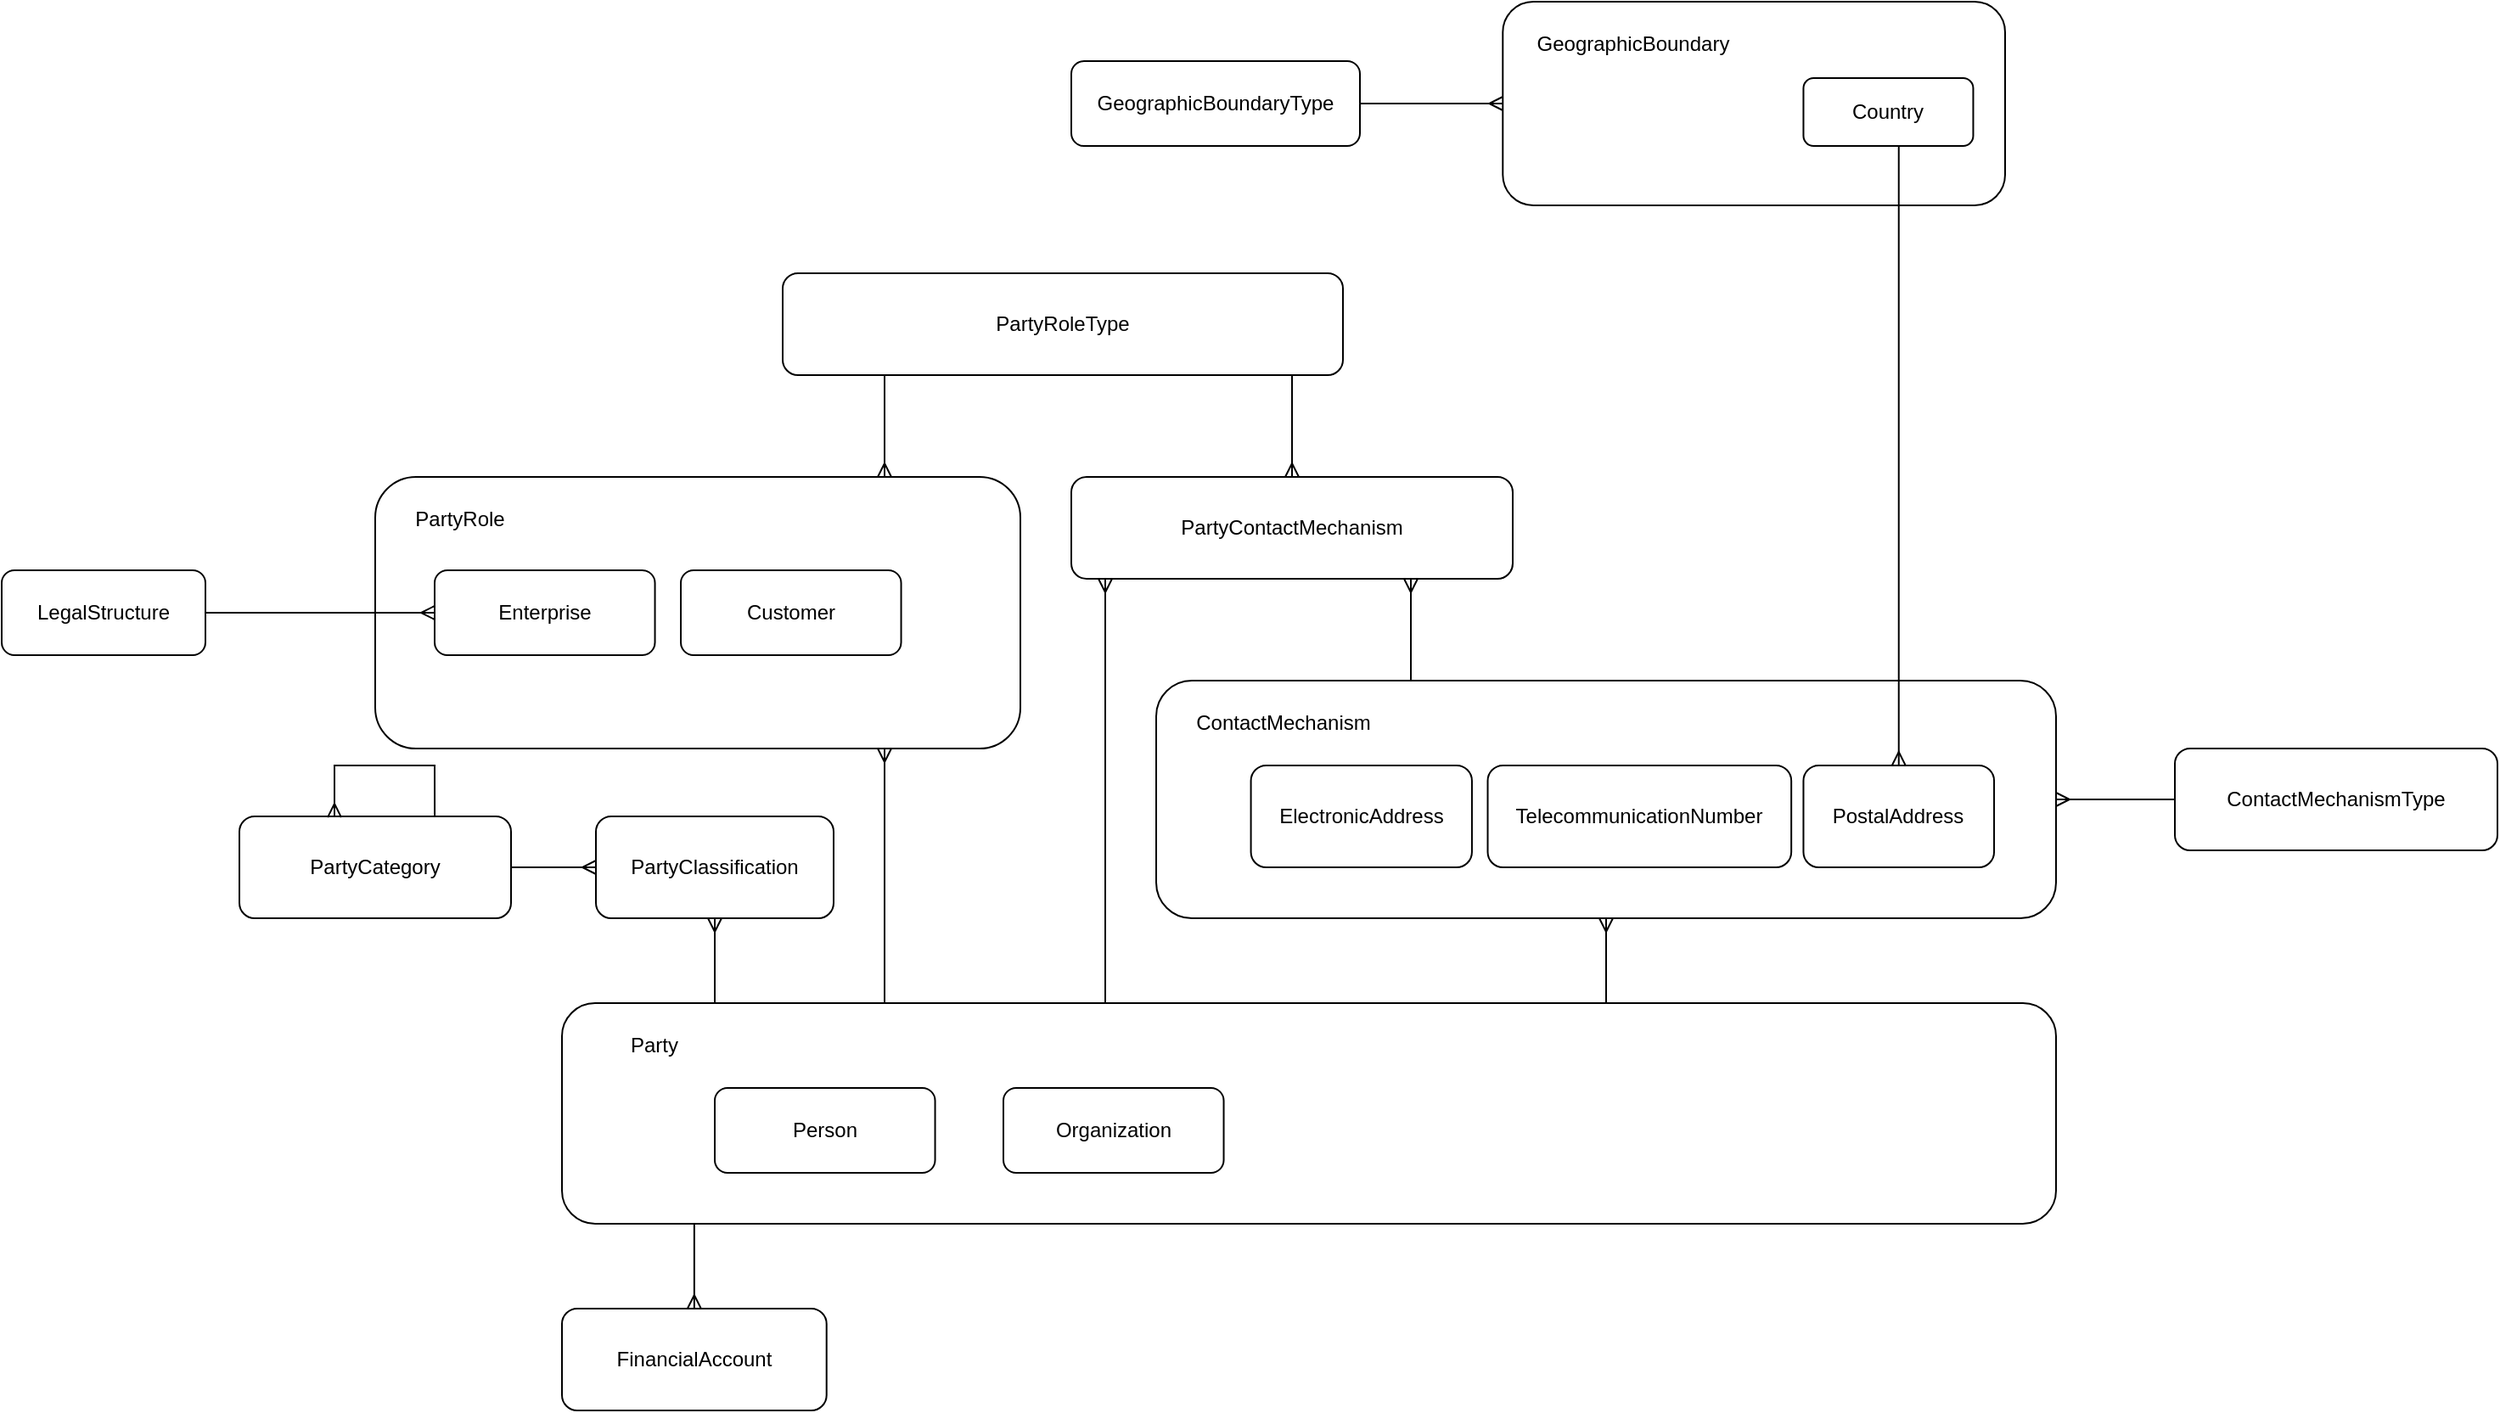
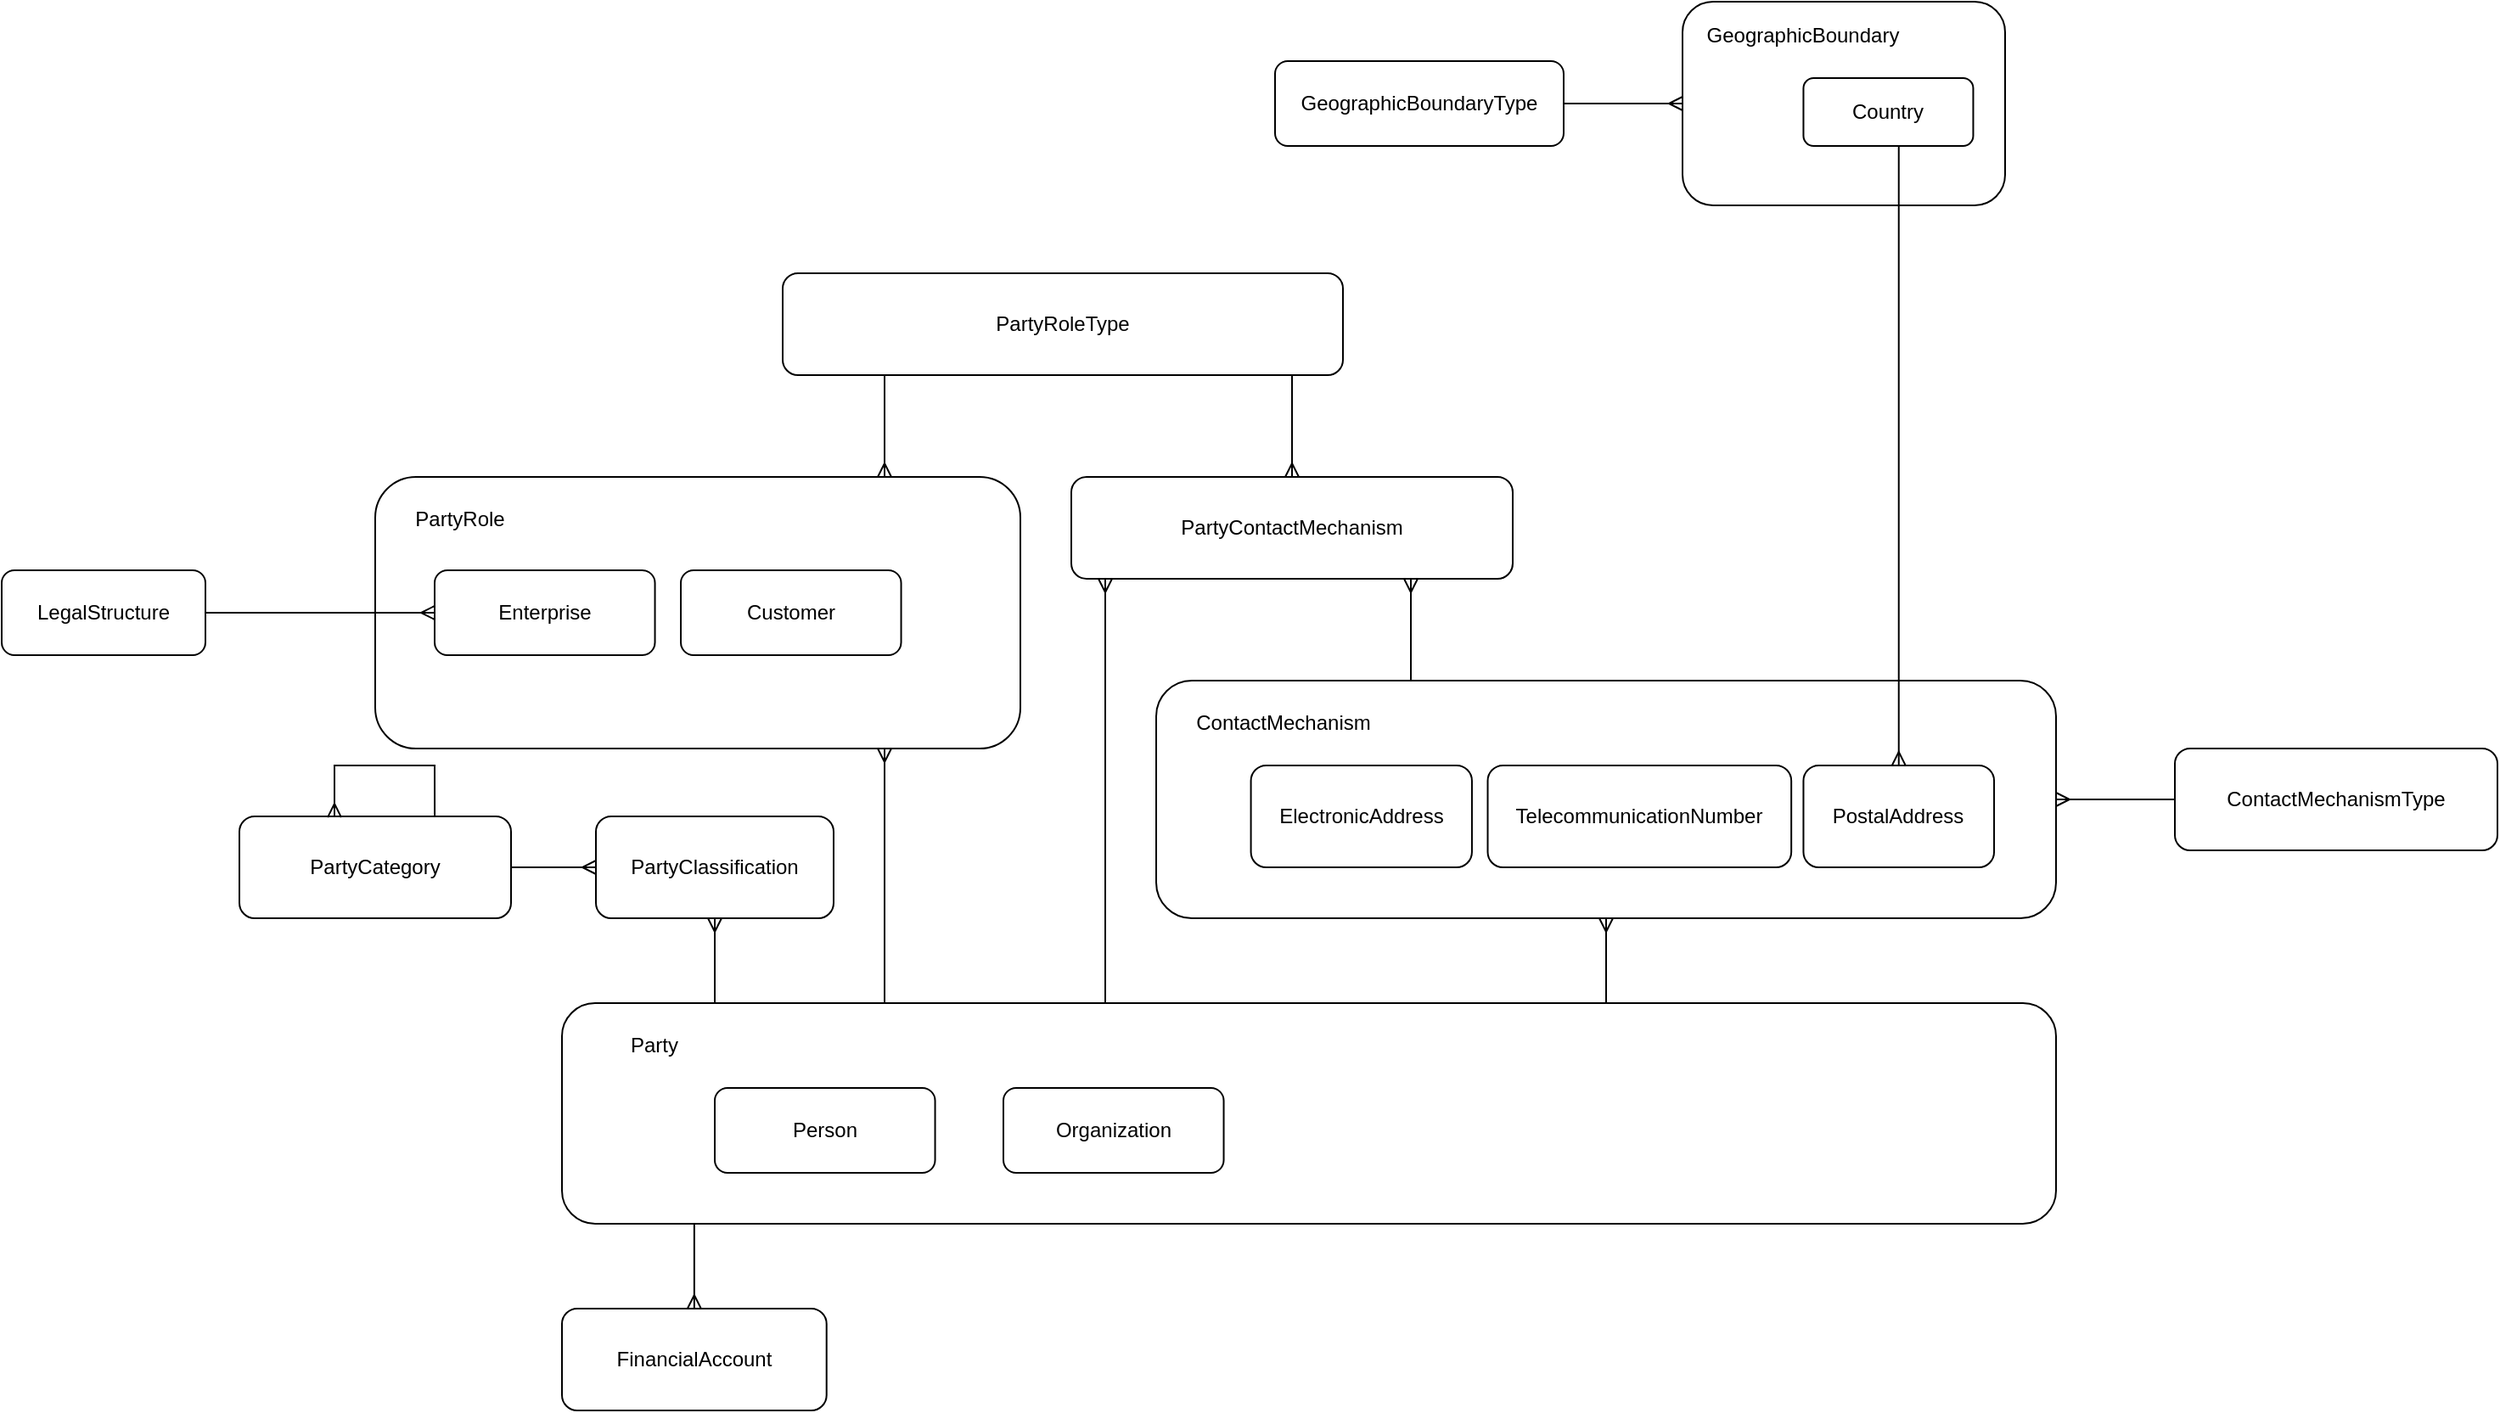
<mxfile host="app.diagrams.net" agent="Mozilla/5.0 (Windows NT 10.0; Win64; x64) AppleWebKit/537.36 (KHTML, like Gecko) Chrome/141.0.0.0 Safari/537.36" version="28.2.9">
  <diagram name="Page-1" id="d0nJ6Fx9cUZLMqGtfM0H">
    <mxGraphModel dx="1947" dy="1755" grid="1" gridSize="10" guides="1" tooltips="1" connect="1" arrows="1" fold="1" page="1" pageScale="1" pageWidth="850" pageHeight="1100" math="0" shadow="0">
      <root>
        <mxCell id="0" />
        <mxCell id="1" parent="0" />
        <mxCell id="tdPrWEJd15tEannaNgth-4" style="edgeStyle=orthogonalEdgeStyle;rounded=0;orthogonalLoop=1;jettySize=auto;html=1;startArrow=ERmany;startFill=0;endArrow=none;endFill=0;" edge="1" parent="1" source="tdPrWEJd15tEannaNgth-2" target="tdPrWEJd15tEannaNgth-3">
          <mxGeometry relative="1" as="geometry" />
        </mxCell>
        <mxCell id="tdPrWEJd15tEannaNgth-3" value="ContactMechanismType" style="rounded=1;whiteSpace=wrap;html=1;" vertex="1" parent="1">
          <mxGeometry x="600" y="260" width="190" height="60" as="geometry" />
        </mxCell>
        <mxCell id="tdPrWEJd15tEannaNgth-13" value="PartyRoleType" style="rounded=1;whiteSpace=wrap;html=1;" vertex="1" parent="1">
          <mxGeometry x="-220" y="-20" width="330" height="60" as="geometry" />
        </mxCell>
        <mxCell id="tdPrWEJd15tEannaNgth-14" style="edgeStyle=orthogonalEdgeStyle;rounded=0;orthogonalLoop=1;jettySize=auto;html=1;startArrow=ERmany;startFill=0;endArrow=none;endFill=0;" edge="1" parent="1" source="tdPrWEJd15tEannaNgth-15" target="tdPrWEJd15tEannaNgth-13">
          <mxGeometry relative="1" as="geometry">
            <mxPoint x="730" y="430" as="sourcePoint" />
            <mxPoint x="730" y="350" as="targetPoint" />
            <Array as="points">
              <mxPoint x="50" y="30" />
              <mxPoint x="50" y="30" />
            </Array>
          </mxGeometry>
        </mxCell>
        <mxCell id="tdPrWEJd15tEannaNgth-15" value="PartyContactMechanism" style="rounded=1;whiteSpace=wrap;html=1;" vertex="1" parent="1">
          <mxGeometry x="-50" y="100" width="260" height="60" as="geometry" />
        </mxCell>
        <mxCell id="tdPrWEJd15tEannaNgth-18" style="edgeStyle=orthogonalEdgeStyle;rounded=0;orthogonalLoop=1;jettySize=auto;html=1;startArrow=ERmany;startFill=0;endArrow=none;endFill=0;" edge="1" parent="1" source="tdPrWEJd15tEannaNgth-15">
          <mxGeometry relative="1" as="geometry">
            <mxPoint x="-30.00117647058829" y="130" as="sourcePoint" />
            <mxPoint x="-30.00117647058829" y="410" as="targetPoint" />
            <Array as="points">
              <mxPoint x="-30" y="210" />
              <mxPoint x="-30" y="210" />
            </Array>
          </mxGeometry>
        </mxCell>
        <mxCell id="tdPrWEJd15tEannaNgth-19" value="" style="group" vertex="1" connectable="0" parent="1">
          <mxGeometry y="220" width="530" height="140" as="geometry" />
        </mxCell>
        <mxCell id="tdPrWEJd15tEannaNgth-2" value="" style="rounded=1;whiteSpace=wrap;html=1;" vertex="1" parent="tdPrWEJd15tEannaNgth-19">
          <mxGeometry width="530" height="140" as="geometry" />
        </mxCell>
        <mxCell id="tdPrWEJd15tEannaNgth-5" value="ElectronicAddress" style="rounded=1;whiteSpace=wrap;html=1;" vertex="1" parent="tdPrWEJd15tEannaNgth-19">
          <mxGeometry x="55.78947368421052" y="50" width="130.17543859649123" height="60" as="geometry" />
        </mxCell>
        <mxCell id="tdPrWEJd15tEannaNgth-6" value="TelecommunicationNumber" style="rounded=1;whiteSpace=wrap;html=1;" vertex="1" parent="tdPrWEJd15tEannaNgth-19">
          <mxGeometry x="195.26315789473682" y="50" width="178.81456140350878" height="60" as="geometry" />
        </mxCell>
        <mxCell id="tdPrWEJd15tEannaNgth-7" value="ContactMechanism" style="text;html=1;whiteSpace=wrap;strokeColor=none;fillColor=none;align=center;verticalAlign=middle;rounded=0;" vertex="1" parent="tdPrWEJd15tEannaNgth-19">
          <mxGeometry x="27.896882591093107" y="10" width="94.41295546558705" height="30" as="geometry" />
        </mxCell>
        <mxCell id="tdPrWEJd15tEannaNgth-8" value="PostalAddress" style="rounded=1;whiteSpace=wrap;html=1;" vertex="1" parent="tdPrWEJd15tEannaNgth-19">
          <mxGeometry x="381.2280701754386" y="50" width="112.29491228070175" height="60" as="geometry" />
        </mxCell>
        <mxCell id="tdPrWEJd15tEannaNgth-20" style="edgeStyle=orthogonalEdgeStyle;rounded=0;orthogonalLoop=1;jettySize=auto;html=1;startArrow=ERmany;startFill=0;endArrow=none;endFill=0;" edge="1" parent="1" source="tdPrWEJd15tEannaNgth-15" target="tdPrWEJd15tEannaNgth-2">
          <mxGeometry relative="1" as="geometry">
            <mxPoint x="370" y="130" as="sourcePoint" />
            <mxPoint x="370" y="440" as="targetPoint" />
            <Array as="points">
              <mxPoint x="150" y="170" />
              <mxPoint x="150" y="170" />
            </Array>
          </mxGeometry>
        </mxCell>
        <mxCell id="tdPrWEJd15tEannaNgth-21" style="edgeStyle=orthogonalEdgeStyle;rounded=0;orthogonalLoop=1;jettySize=auto;html=1;startArrow=ERmany;startFill=0;endArrow=none;endFill=0;" edge="1" parent="1" source="tdPrWEJd15tEannaNgth-2" target="tdPrWEJd15tEannaNgth-1">
          <mxGeometry relative="1" as="geometry">
            <mxPoint x="240" y="400" as="sourcePoint" />
            <mxPoint x="240" y="470" as="targetPoint" />
            <Array as="points">
              <mxPoint x="305" y="420" />
              <mxPoint x="305" y="420" />
            </Array>
          </mxGeometry>
        </mxCell>
        <mxCell id="tdPrWEJd15tEannaNgth-22" value="LegalStructure" style="rounded=1;whiteSpace=wrap;html=1;" vertex="1" parent="1">
          <mxGeometry x="-680" y="155" width="120" height="50" as="geometry" />
        </mxCell>
        <mxCell id="tdPrWEJd15tEannaNgth-27" value="PartyClassification" style="rounded=1;whiteSpace=wrap;html=1;" vertex="1" parent="1">
          <mxGeometry x="-330" y="300" width="140" height="60" as="geometry" />
        </mxCell>
        <mxCell id="tdPrWEJd15tEannaNgth-28" value="PartyCategory" style="rounded=1;whiteSpace=wrap;html=1;" vertex="1" parent="1">
          <mxGeometry x="-540" y="300" width="160" height="60" as="geometry" />
        </mxCell>
        <mxCell id="tdPrWEJd15tEannaNgth-31" style="edgeStyle=orthogonalEdgeStyle;rounded=0;orthogonalLoop=1;jettySize=auto;html=1;startArrow=ERmany;startFill=0;endArrow=none;endFill=0;" edge="1" parent="1" source="tdPrWEJd15tEannaNgth-27" target="tdPrWEJd15tEannaNgth-1">
          <mxGeometry relative="1" as="geometry">
            <mxPoint x="-260" y="180" as="sourcePoint" />
            <mxPoint x="-260" y="250" as="targetPoint" />
            <Array as="points">
              <mxPoint x="-260" y="370" />
              <mxPoint x="-260" y="370" />
            </Array>
          </mxGeometry>
        </mxCell>
        <mxCell id="tdPrWEJd15tEannaNgth-32" style="edgeStyle=orthogonalEdgeStyle;rounded=0;orthogonalLoop=1;jettySize=auto;html=1;startArrow=ERmany;startFill=0;endArrow=none;endFill=0;" edge="1" parent="1" source="tdPrWEJd15tEannaNgth-27" target="tdPrWEJd15tEannaNgth-28">
          <mxGeometry relative="1" as="geometry">
            <mxPoint x="-230" y="210" as="sourcePoint" />
            <mxPoint x="-230" y="280" as="targetPoint" />
            <Array as="points" />
          </mxGeometry>
        </mxCell>
        <mxCell id="tdPrWEJd15tEannaNgth-33" style="edgeStyle=orthogonalEdgeStyle;rounded=0;orthogonalLoop=1;jettySize=auto;html=1;startArrow=ERmany;startFill=0;endArrow=none;endFill=0;exitX=0.35;exitY=0.009;exitDx=0;exitDy=0;exitPerimeter=0;entryX=0.719;entryY=0;entryDx=0;entryDy=0;entryPerimeter=0;" edge="1" parent="1" source="tdPrWEJd15tEannaNgth-28" target="tdPrWEJd15tEannaNgth-28">
          <mxGeometry relative="1" as="geometry">
            <mxPoint x="-485" y="290" as="sourcePoint" />
            <mxPoint x="-425" y="290" as="targetPoint" />
            <Array as="points">
              <mxPoint x="-484" y="270" />
              <mxPoint x="-425" y="270" />
            </Array>
          </mxGeometry>
        </mxCell>
        <mxCell id="tdPrWEJd15tEannaNgth-35" value="" style="rounded=1;whiteSpace=wrap;html=1;" vertex="1" parent="1">
          <mxGeometry x="-460" y="100" width="380" height="160" as="geometry" />
        </mxCell>
        <mxCell id="tdPrWEJd15tEannaNgth-37" style="edgeStyle=orthogonalEdgeStyle;rounded=0;orthogonalLoop=1;jettySize=auto;html=1;startArrow=ERmany;startFill=0;endArrow=none;endFill=0;" edge="1" parent="1" source="tdPrWEJd15tEannaNgth-35">
          <mxGeometry relative="1" as="geometry">
            <mxPoint x="-160" y="260.0000000000002" as="sourcePoint" />
            <mxPoint x="-160" y="410" as="targetPoint" />
            <Array as="points">
              <mxPoint x="-160" y="260" />
            </Array>
          </mxGeometry>
        </mxCell>
        <mxCell id="tdPrWEJd15tEannaNgth-38" style="edgeStyle=orthogonalEdgeStyle;rounded=0;orthogonalLoop=1;jettySize=auto;html=1;startArrow=ERmany;startFill=0;endArrow=none;endFill=0;" edge="1" parent="1" source="tdPrWEJd15tEannaNgth-35" target="tdPrWEJd15tEannaNgth-13">
          <mxGeometry relative="1" as="geometry">
            <mxPoint x="-150" y="170" as="sourcePoint" />
            <mxPoint x="-150" y="20" as="targetPoint" />
            <Array as="points">
              <mxPoint x="-160" y="60" />
              <mxPoint x="-160" y="60" />
            </Array>
          </mxGeometry>
        </mxCell>
        <mxCell id="tdPrWEJd15tEannaNgth-1" value="" style="rounded=1;whiteSpace=wrap;html=1;" vertex="1" parent="1">
          <mxGeometry x="-350" y="410" width="880" height="130" as="geometry" />
        </mxCell>
        <mxCell id="tdPrWEJd15tEannaNgth-9" value="Party" style="text;html=1;whiteSpace=wrap;strokeColor=none;fillColor=none;align=center;verticalAlign=middle;rounded=0;" vertex="1" parent="1">
          <mxGeometry x="-336.46153846153845" y="420" width="81.23076923076923" height="30" as="geometry" />
        </mxCell>
        <mxCell id="tdPrWEJd15tEannaNgth-17" value="Enterprise" style="rounded=1;whiteSpace=wrap;html=1;" vertex="1" parent="1">
          <mxGeometry x="-424.99999999999994" y="155" width="129.77" height="50" as="geometry" />
        </mxCell>
        <mxCell id="tdPrWEJd15tEannaNgth-40" value="PartyRole" style="text;html=1;whiteSpace=wrap;strokeColor=none;fillColor=none;align=center;verticalAlign=middle;rounded=0;" vertex="1" parent="1">
          <mxGeometry x="-440" y="110" width="60" height="30" as="geometry" />
        </mxCell>
        <mxCell id="tdPrWEJd15tEannaNgth-42" style="edgeStyle=orthogonalEdgeStyle;rounded=0;orthogonalLoop=1;jettySize=auto;html=1;startArrow=ERmany;startFill=0;endArrow=none;endFill=0;" edge="1" parent="1" source="tdPrWEJd15tEannaNgth-17" target="tdPrWEJd15tEannaNgth-22">
          <mxGeometry relative="1" as="geometry">
            <mxPoint x="-90" y="320" as="sourcePoint" />
            <mxPoint x="-90" y="480" as="targetPoint" />
            <Array as="points" />
          </mxGeometry>
        </mxCell>
        <mxCell id="tdPrWEJd15tEannaNgth-43" value="Customer" style="rounded=1;whiteSpace=wrap;html=1;" vertex="1" parent="1">
          <mxGeometry x="-280" y="155" width="129.77" height="50" as="geometry" />
        </mxCell>
        <mxCell id="tdPrWEJd15tEannaNgth-44" value="Person" style="rounded=1;whiteSpace=wrap;html=1;" vertex="1" parent="1">
          <mxGeometry x="-260" y="460" width="129.77" height="50" as="geometry" />
        </mxCell>
        <mxCell id="tdPrWEJd15tEannaNgth-45" value="Organization" style="rounded=1;whiteSpace=wrap;html=1;" vertex="1" parent="1">
          <mxGeometry x="-90" y="460" width="129.77" height="50" as="geometry" />
        </mxCell>
        <mxCell id="tdPrWEJd15tEannaNgth-46" value="FinancialAccount" style="rounded=1;whiteSpace=wrap;html=1;" vertex="1" parent="1">
          <mxGeometry x="-350" y="590" width="155.85" height="60" as="geometry" />
        </mxCell>
        <mxCell id="tdPrWEJd15tEannaNgth-47" style="edgeStyle=orthogonalEdgeStyle;rounded=0;orthogonalLoop=1;jettySize=auto;html=1;startArrow=ERmany;startFill=0;endArrow=none;endFill=0;" edge="1" parent="1" source="tdPrWEJd15tEannaNgth-46" target="tdPrWEJd15tEannaNgth-1">
          <mxGeometry relative="1" as="geometry">
            <mxPoint x="-80" y="670" as="sourcePoint" />
            <mxPoint x="-80" y="730" as="targetPoint" />
            <Array as="points">
              <mxPoint x="-278" y="610" />
              <mxPoint x="-278" y="610" />
            </Array>
          </mxGeometry>
        </mxCell>
        <mxCell id="tdPrWEJd15tEannaNgth-48" value="" style="rounded=1;whiteSpace=wrap;html=1;" vertex="1" parent="1">
-           <mxGeometry x="204.14999999999998" y="-180" width="295.85" height="120" as="geometry" />
+           <mxGeometry x="310" y="-180" width="190" height="120" as="geometry" />
        </mxCell>
        <mxCell id="tdPrWEJd15tEannaNgth-49" value="GeographicBoundary" style="text;html=1;whiteSpace=wrap;strokeColor=none;fillColor=none;align=center;verticalAlign=middle;rounded=0;" vertex="1" parent="1">
-           <mxGeometry x="210" y="-170" width="142.07" height="30" as="geometry" />
+           <mxGeometry x="310" y="-175" width="142.07" height="30" as="geometry" />
        </mxCell>
        <mxCell id="tdPrWEJd15tEannaNgth-50" value="GeographicBoundaryType" style="rounded=1;whiteSpace=wrap;html=1;" vertex="1" parent="1">
-           <mxGeometry x="-50" y="-145" width="170" height="50" as="geometry" />
+           <mxGeometry x="70" y="-145" width="170" height="50" as="geometry" />
        </mxCell>
        <mxCell id="tdPrWEJd15tEannaNgth-51" value="Country" style="rounded=1;whiteSpace=wrap;html=1;" vertex="1" parent="1">
          <mxGeometry x="381.23" y="-135" width="100" height="40" as="geometry" />
        </mxCell>
        <mxCell id="tdPrWEJd15tEannaNgth-52" style="edgeStyle=orthogonalEdgeStyle;rounded=0;orthogonalLoop=1;jettySize=auto;html=1;startArrow=ERmany;startFill=0;endArrow=none;endFill=0;" edge="1" parent="1" source="tdPrWEJd15tEannaNgth-48" target="tdPrWEJd15tEannaNgth-50">
          <mxGeometry relative="1" as="geometry">
            <mxPoint x="120" y="60" as="sourcePoint" />
            <mxPoint x="120" as="targetPoint" />
            <Array as="points" />
          </mxGeometry>
        </mxCell>
        <mxCell id="tdPrWEJd15tEannaNgth-53" style="edgeStyle=orthogonalEdgeStyle;rounded=0;orthogonalLoop=1;jettySize=auto;html=1;startArrow=ERmany;startFill=0;endArrow=none;endFill=0;" edge="1" parent="1" source="tdPrWEJd15tEannaNgth-8" target="tdPrWEJd15tEannaNgth-51">
          <mxGeometry relative="1" as="geometry">
            <mxPoint x="544" y="60" as="sourcePoint" />
            <mxPoint x="460" y="60" as="targetPoint" />
            <Array as="points">
              <mxPoint x="440" y="-110" />
            </Array>
          </mxGeometry>
        </mxCell>
      </root>
    </mxGraphModel>
  </diagram>
</mxfile>
